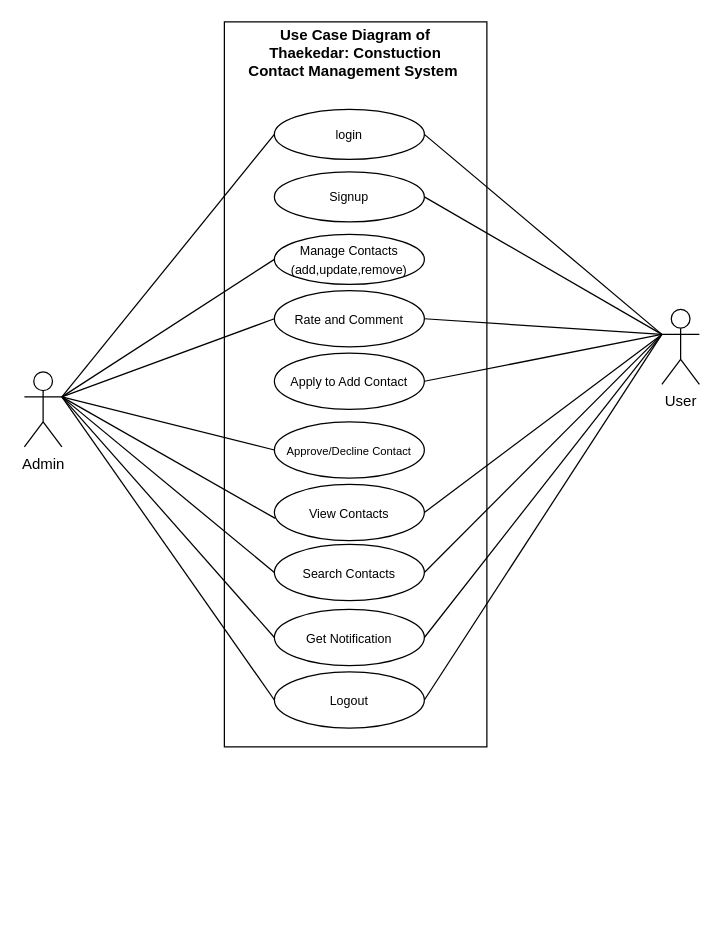
Before: new updated diagrams/usecase.drawio in vekcodes/Thaekedar, a draw.io diagram. Source tidied: cells renumbered, new cells numbered last; positions are measured from the earlier drawing's top-left corner, leaving out a move shared by most shapes. Both pictures are drawn from the tidied source at 125%, with x=0, y=0 at pixel (24, 21).
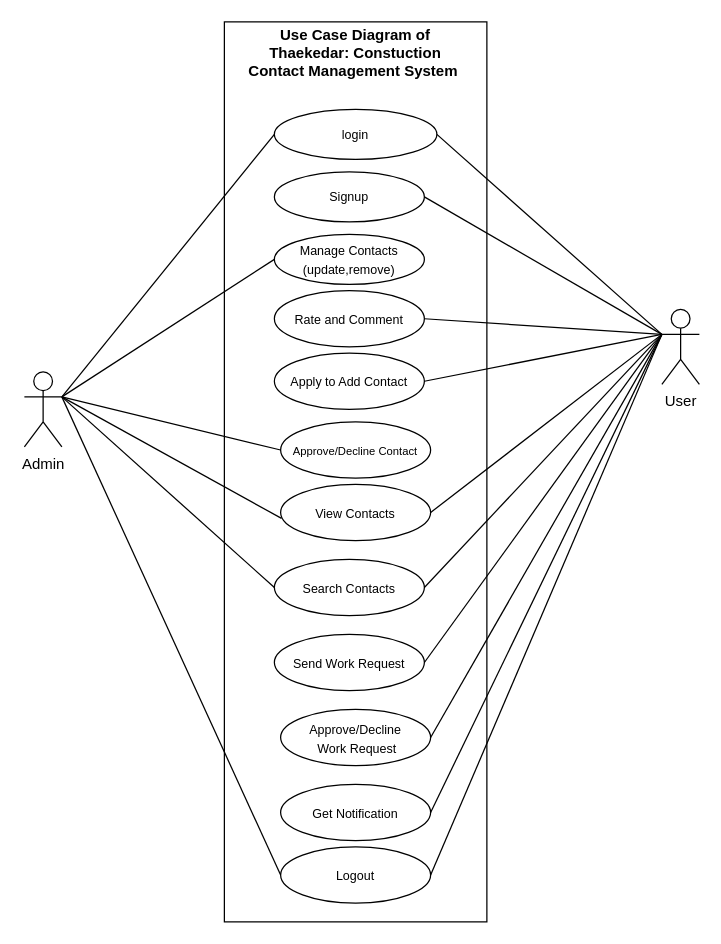
Above is the later version.

Unchanged cells that the change refers to:
```xml
<mxCell id="5" value="&lt;font style=&quot;font-size: 10px;&quot;&gt;Rate and Comment&lt;/font&gt;" style="ellipse;whiteSpace=wrap;html=1;" parent="1" vertex="1">
  <mxGeometry x="200" y="215" width="120" height="45" as="geometry" />
</mxCell>
<mxCell id="13" value="Admin" style="shape=umlActor;verticalLabelPosition=bottom;verticalAlign=top;html=1;outlineConnect=0;" parent="1" vertex="1">
  <mxGeometry y="280" width="30" height="60" as="geometry" />
</mxCell>
```

What changed in the source:
```diff
@@
     <mxCell id="2" style="rounded=0;whiteSpace=wrap;html=1;" parent="1" vertex="1">
-      <mxGeometry x="160" width="210" height="580" as="geometry" />
+      <mxGeometry x="160" width="210" height="720" as="geometry" />
     </mxCell>
     <mxCell id="3" value="&lt;font style=&quot;font-size: 10px;&quot;&gt;login&lt;/font&gt;" style="ellipse;whiteSpace=wrap;html=1;" parent="1" vertex="1">
-      <mxGeometry x="200" y="70" width="120" height="40" as="geometry" />
+      <mxGeometry x="200" y="70" width="130" height="40" as="geometry" />
     </mxCell>
-    <mxCell id="4" value="&lt;font style=&quot;font-size: 10px;&quot;&gt;Manage Contacts&lt;br&gt;(add,update,remove)&lt;/font&gt;" style="ellipse;whiteSpace=wrap;html=1;" parent="1" vertex="1">
+    <mxCell id="4" value="&lt;font style=&quot;font-size: 10px;&quot;&gt;Manage Contacts&lt;br&gt;(update,remove)&lt;/font&gt;" style="ellipse;whiteSpace=wrap;html=1;" parent="1" vertex="1">
       <mxGeometry x="200" y="170" width="120" height="40" as="geometry" />
     </mxCell>
@@
     <mxCell id="7" value="&lt;font style=&quot;font-size: 9px;&quot;&gt;Approve/Decline Contact&lt;/font&gt;" style="ellipse;whiteSpace=wrap;html=1;" parent="1" vertex="1">
-      <mxGeometry x="200" y="320" width="120" height="45" as="geometry" />
+      <mxGeometry x="205" y="320" width="120" height="45" as="geometry" />
     </mxCell>
@@
     <mxCell id="9" value="&lt;font size=&quot;1&quot;&gt;View Contacts&lt;/font&gt;" style="ellipse;whiteSpace=wrap;html=1;" parent="1" vertex="1">
-      <mxGeometry x="200" y="370" width="120" height="45" as="geometry" />
+      <mxGeometry x="205" y="370" width="120" height="45" as="geometry" />
     </mxCell>
     <mxCell id="10" value="&lt;font size=&quot;1&quot;&gt;Search Contacts&lt;/font&gt;" style="ellipse;whiteSpace=wrap;html=1;" parent="1" vertex="1">
-      <mxGeometry x="200" y="418" width="120" height="45" as="geometry" />
+      <mxGeometry x="200" y="430" width="120" height="45" as="geometry" />
     </mxCell>
     <mxCell id="11" value="&lt;font size=&quot;1&quot;&gt;Get Notification&lt;/font&gt;" style="ellipse;whiteSpace=wrap;html=1;" parent="1" vertex="1">
-      <mxGeometry x="200" y="470" width="120" height="45" as="geometry" />
+      <mxGeometry x="205" y="610" width="120" height="45" as="geometry" />
     </mxCell>
     <mxCell id="12" value="&lt;font size=&quot;1&quot;&gt;Logout&lt;/font&gt;" style="ellipse;whiteSpace=wrap;html=1;" parent="1" vertex="1">
-      <mxGeometry x="200" y="520" width="120" height="45" as="geometry" />
+      <mxGeometry x="205" y="660" width="120" height="45" as="geometry" />
     </mxCell>
@@
-    <mxCell id="25" style="endArrow=none;html=1;rounded=0;entryX=0;entryY=0.5;entryDx=0;entryDy=0;exitX=1;exitY=0.3333333333333333;exitDx=0;exitDy=0;exitPerimeter=0;" parent="1" edge="1" source="13" target="5">
-      <mxGeometry relative="1" as="geometry" />
-    </mxCell>
@@
-    <mxCell id="29" style="endArrow=none;html=1;rounded=0;entryX=0;entryY=0.5;entryDx=0;entryDy=0;exitX=1;exitY=0.3333333333333333;exitDx=0;exitDy=0;exitPerimeter=0;" parent="1" edge="1" source="13" target="11">
-      <mxGeometry relative="1" as="geometry" />
-    </mxCell>
@@
+    <mxCell id="32" value="&lt;font size=&quot;1&quot;&gt;&amp;nbsp;Send Work Request&amp;nbsp;&lt;/font&gt;" style="ellipse;whiteSpace=wrap;html=1;" parent="1" vertex="1">
+      <mxGeometry x="200" y="490" width="120" height="45" as="geometry" />
+    </mxCell>
+    <mxCell id="33" value="&lt;span style=&quot;font-size: x-small;&quot;&gt;Approve/Decline&lt;br&gt;&amp;nbsp;Work Request&lt;/span&gt;" style="ellipse;whiteSpace=wrap;html=1;" parent="1" vertex="1">
+      <mxGeometry x="205" y="550" width="120" height="45" as="geometry" />
+    </mxCell>
+    <mxCell id="34" style="endArrow=none;html=1;rounded=0;exitX=1;exitY=0.5;exitDx=0;exitDy=0;" parent="1" edge="1" source="33">
+      <mxGeometry relative="1" as="geometry">
+        <mxPoint x="510" y="250" as="targetPoint" />
+      </mxGeometry>
+    </mxCell>
+    <mxCell id="35" style="endArrow=none;html=1;rounded=0;exitX=1;exitY=0.5;exitDx=0;exitDy=0;" parent="1" edge="1" source="32">
+      <mxGeometry relative="1" as="geometry">
+        <mxPoint x="510" y="250" as="targetPoint" />
+      </mxGeometry>
+    </mxCell>
```
